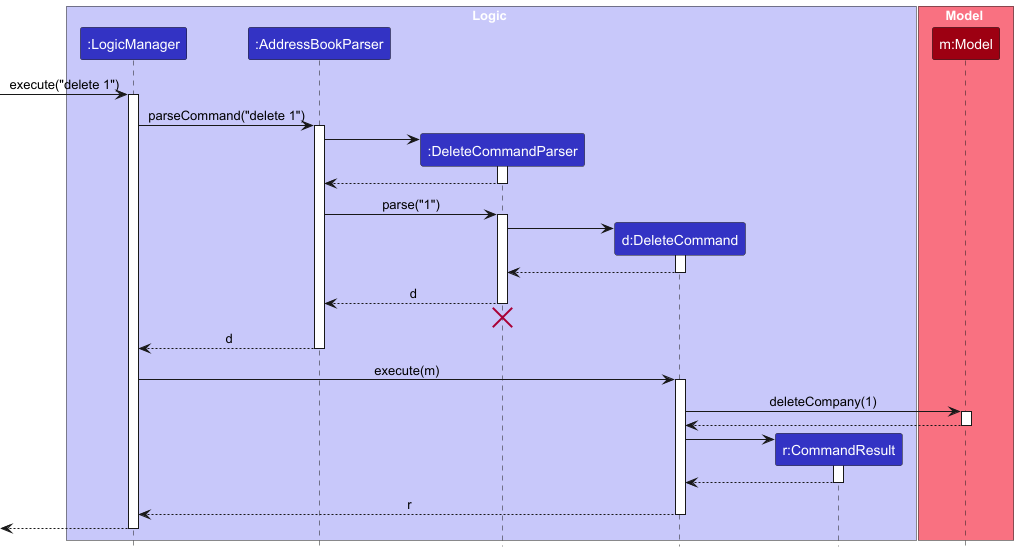
Earlier version of the PlantUML export docs/images/DeleteSequenceDiagram.png (AY2526S1-CS2103T-F08a-1/tp). Its diagram source:
```plantuml
@startuml
!include style.puml
skinparam ArrowFontStyle plain

box Logic LOGIC_COLOR_T1
participant ":LogicManager" as LogicManager LOGIC_COLOR
participant ":AddressBookParser" as AddressBookParser LOGIC_COLOR
participant ":DeleteCommandParser" as DeleteCommandParser LOGIC_COLOR
participant "d:DeleteCommand" as DeleteCommand LOGIC_COLOR
participant "r:CommandResult" as CommandResult LOGIC_COLOR
end box

box Model MODEL_COLOR_T1
participant "m:Model" as Model MODEL_COLOR
end box

[-> LogicManager : execute("delete 1")
activate LogicManager

LogicManager -> AddressBookParser : parseCommand("delete 1")
activate AddressBookParser

create DeleteCommandParser
AddressBookParser -> DeleteCommandParser
activate DeleteCommandParser

DeleteCommandParser --> AddressBookParser
deactivate DeleteCommandParser

AddressBookParser -> DeleteCommandParser : parse("1")
activate DeleteCommandParser

create DeleteCommand
DeleteCommandParser -> DeleteCommand
activate DeleteCommand

DeleteCommand --> DeleteCommandParser :
deactivate DeleteCommand

DeleteCommandParser --> AddressBookParser : d
deactivate DeleteCommandParser
DeleteCommandParser -[hidden]-> AddressBookParser
destroy DeleteCommandParser

AddressBookParser --> LogicManager : d
deactivate AddressBookParser

LogicManager -> DeleteCommand : execute(m)
activate DeleteCommand

DeleteCommand -> Model : deleteCompany(1)
activate Model

Model --> DeleteCommand
deactivate Model

create CommandResult
DeleteCommand -> CommandResult
activate CommandResult

CommandResult --> DeleteCommand
deactivate CommandResult

DeleteCommand --> LogicManager : r
deactivate DeleteCommand

[<--LogicManager
deactivate LogicManager
@enduml
```
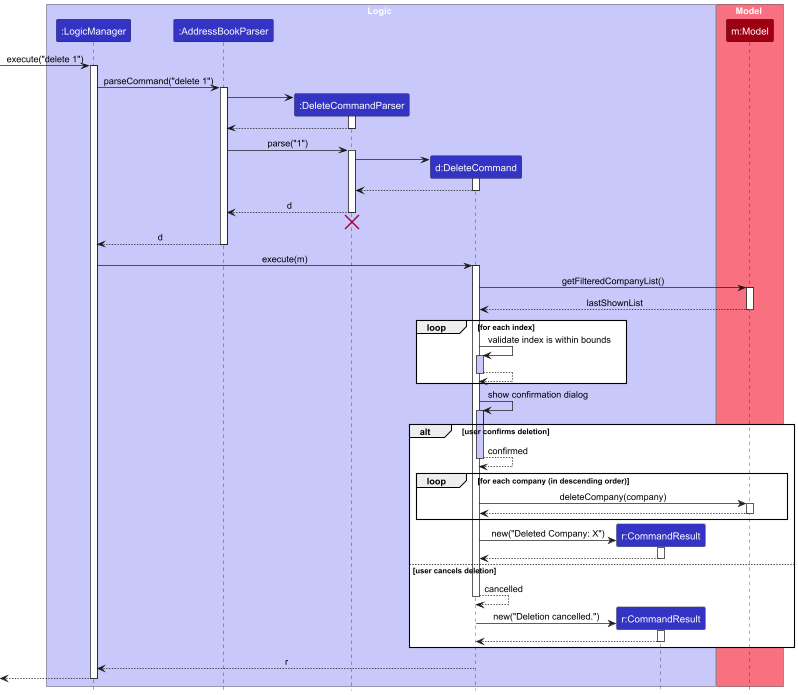
Above is the later version.

Commit message:
Update UML Diagrams

Diff of the diagram source:
```diff
@@ -48,18 +48,48 @@
 LogicManager -> DeleteCommand : execute(m)
 activate DeleteCommand
 
-DeleteCommand -> Model : deleteCompany(1)
+DeleteCommand -> Model : getFilteredCompanyList()
 activate Model
-
-Model --> DeleteCommand
+Model --> DeleteCommand : lastShownList
 deactivate Model
 
-create CommandResult
-DeleteCommand -> CommandResult
-activate CommandResult
+loop for each index
+    DeleteCommand -> DeleteCommand : validate index is within bounds
+    activate DeleteCommand LOGIC_COLOR_T1
+    DeleteCommand --> DeleteCommand
+    deactivate DeleteCommand
+end
 
-CommandResult --> DeleteCommand
-deactivate CommandResult
+DeleteCommand -> DeleteCommand : show confirmation dialog
+activate DeleteCommand LOGIC_COLOR_T1
+
+alt user confirms deletion
+    DeleteCommand --> DeleteCommand : confirmed
+    deactivate DeleteCommand
+
+    loop for each company (in descending order)
+        DeleteCommand -> Model : deleteCompany(company)
+        activate Model
+        Model --> DeleteCommand
+        deactivate Model
+    end
+
+    create CommandResult
+    DeleteCommand -> CommandResult : new("Deleted Company: X")
+    activate CommandResult
+    CommandResult --> DeleteCommand
+    deactivate CommandResult
+
+else user cancels deletion
+    DeleteCommand --> DeleteCommand : cancelled
+    deactivate DeleteCommand
+
+    create CommandResult
+    DeleteCommand -> CommandResult : new("Deletion cancelled.")
+    activate CommandResult
+    CommandResult --> DeleteCommand
+    deactivate CommandResult
+end
 
 DeleteCommand --> LogicManager : r
 deactivate DeleteCommand
```
